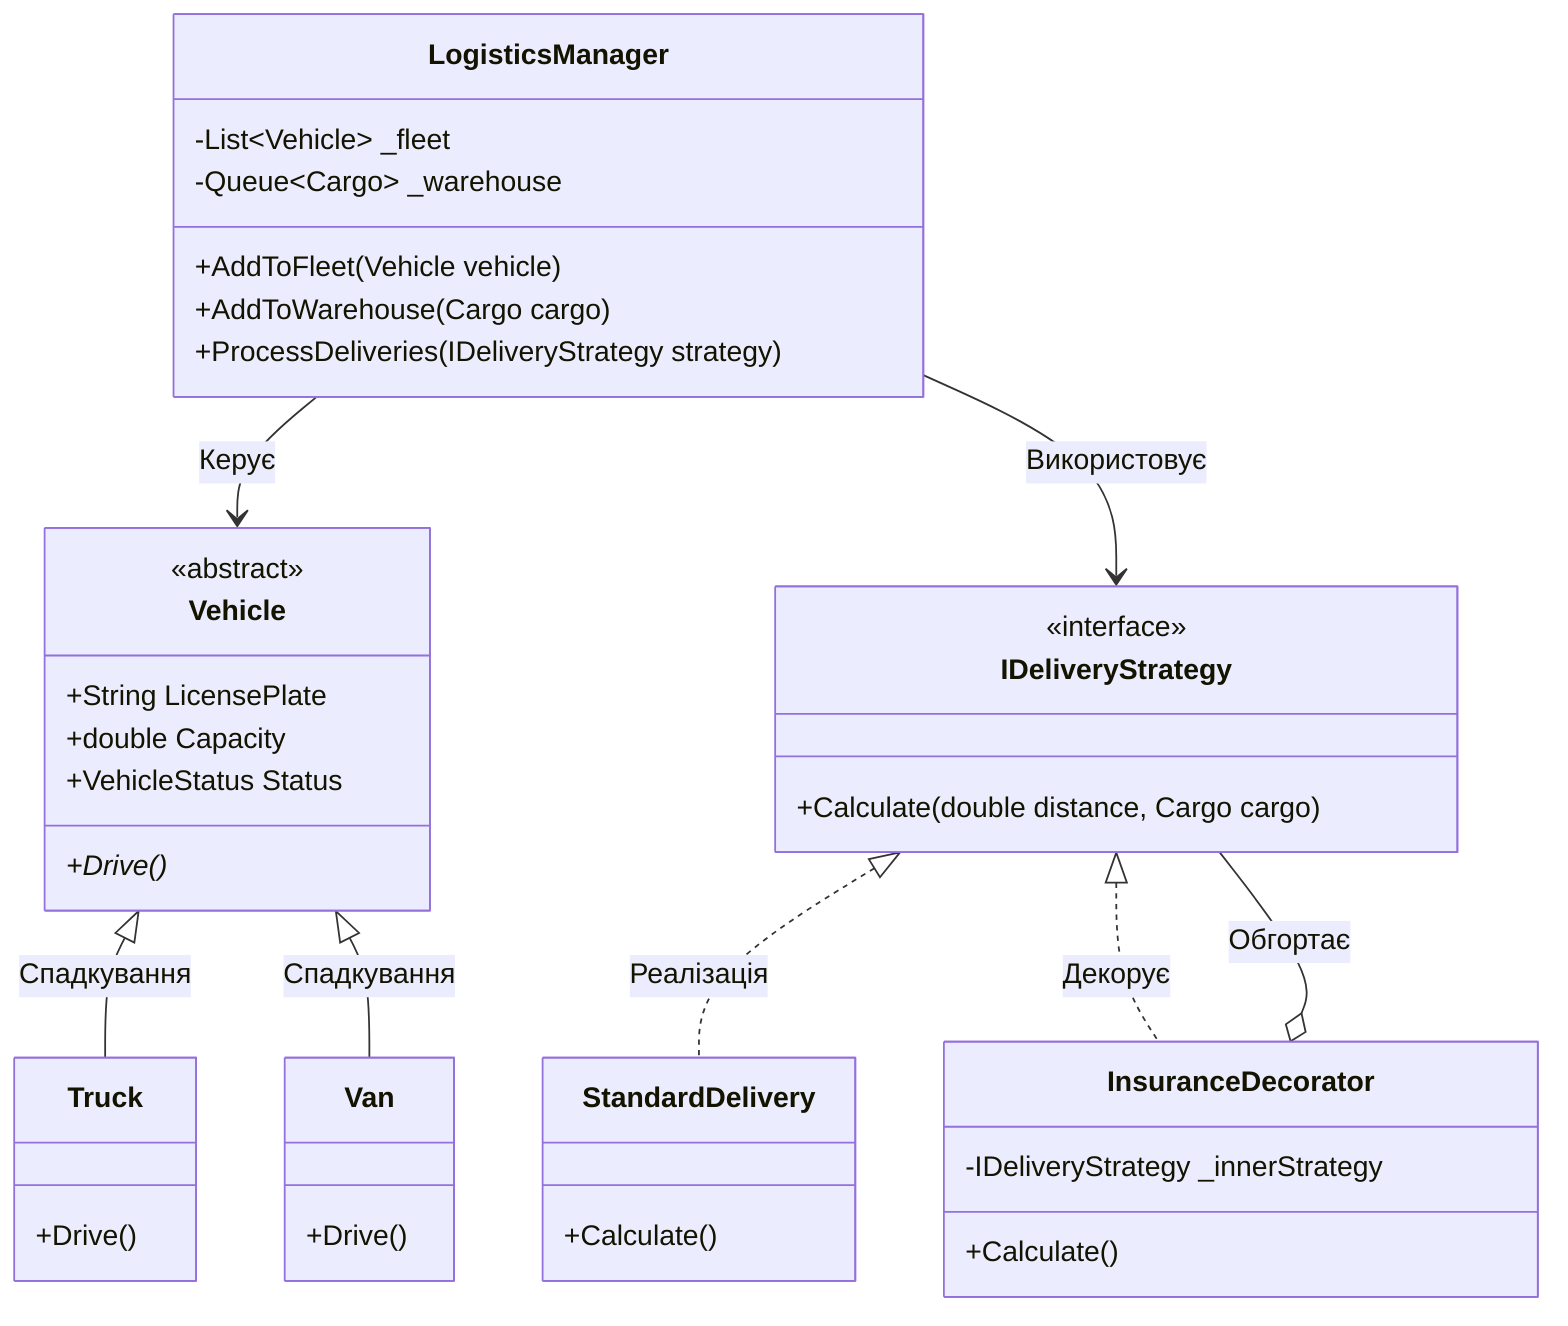
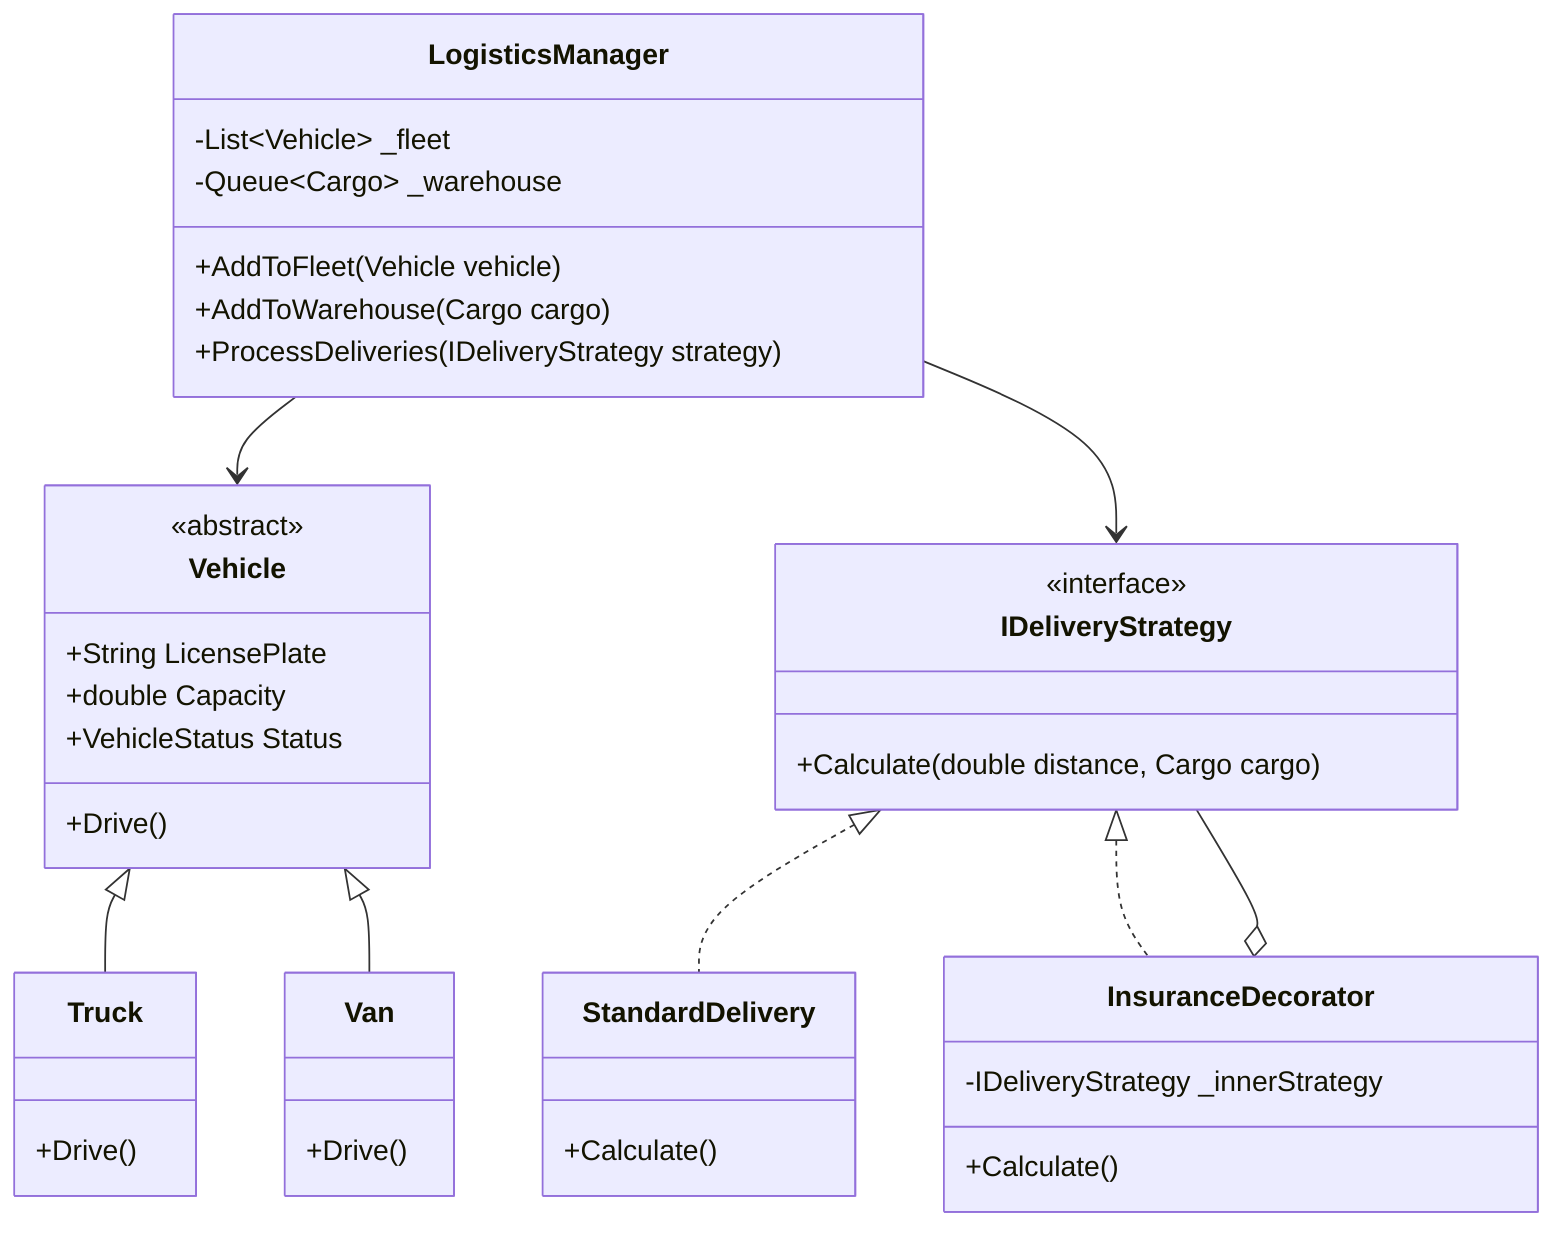
- ```mermaid
classDiagram
    class LogisticsManager {
        -List~Vehicle~ _fleet
        -Queue~Cargo~ _warehouse
        +AddToFleet(Vehicle vehicle)
        +AddToWarehouse(Cargo cargo)
        +ProcessDeliveries(IDeliveryStrategy strategy)
    }
- 
    class Vehicle {
        <<abstract>>
        +String LicensePlate
        +double Capacity
        +VehicleStatus Status
-         +Drive()*
+         +Drive()
    }
- 
    class Truck {
        +Drive()
    }
- 
    class Van {
        +Drive()
    }
- 
    class IDeliveryStrategy {
        <<interface>>
        +Calculate(double distance, Cargo cargo)
    }
- 
    class StandardDelivery {
        +Calculate()
    }
- 
    class InsuranceDecorator {
        -IDeliveryStrategy _innerStrategy
        +Calculate()
    }
- 
-     Vehicle <|-- Truck : Спадкування
-     Vehicle <|-- Van : Спадкування
-     IDeliveryStrategy <|.. StandardDelivery : Реалізація
-     IDeliveryStrategy <|.. InsuranceDecorator : Декорує
-     LogisticsManager --> Vehicle : Керує
-     LogisticsManager --> IDeliveryStrategy : Використовує
-     InsuranceDecorator o-- IDeliveryStrategy : Обгортає
+     Vehicle <|-- Truck
+     Vehicle <|-- Van
+     IDeliveryStrategy <|.. StandardDelivery
+     IDeliveryStrategy <|.. InsuranceDecorator
+     LogisticsManager --> Vehicle
+     LogisticsManager --> IDeliveryStrategy
+     InsuranceDecorator o-- IDeliveryStrategy
